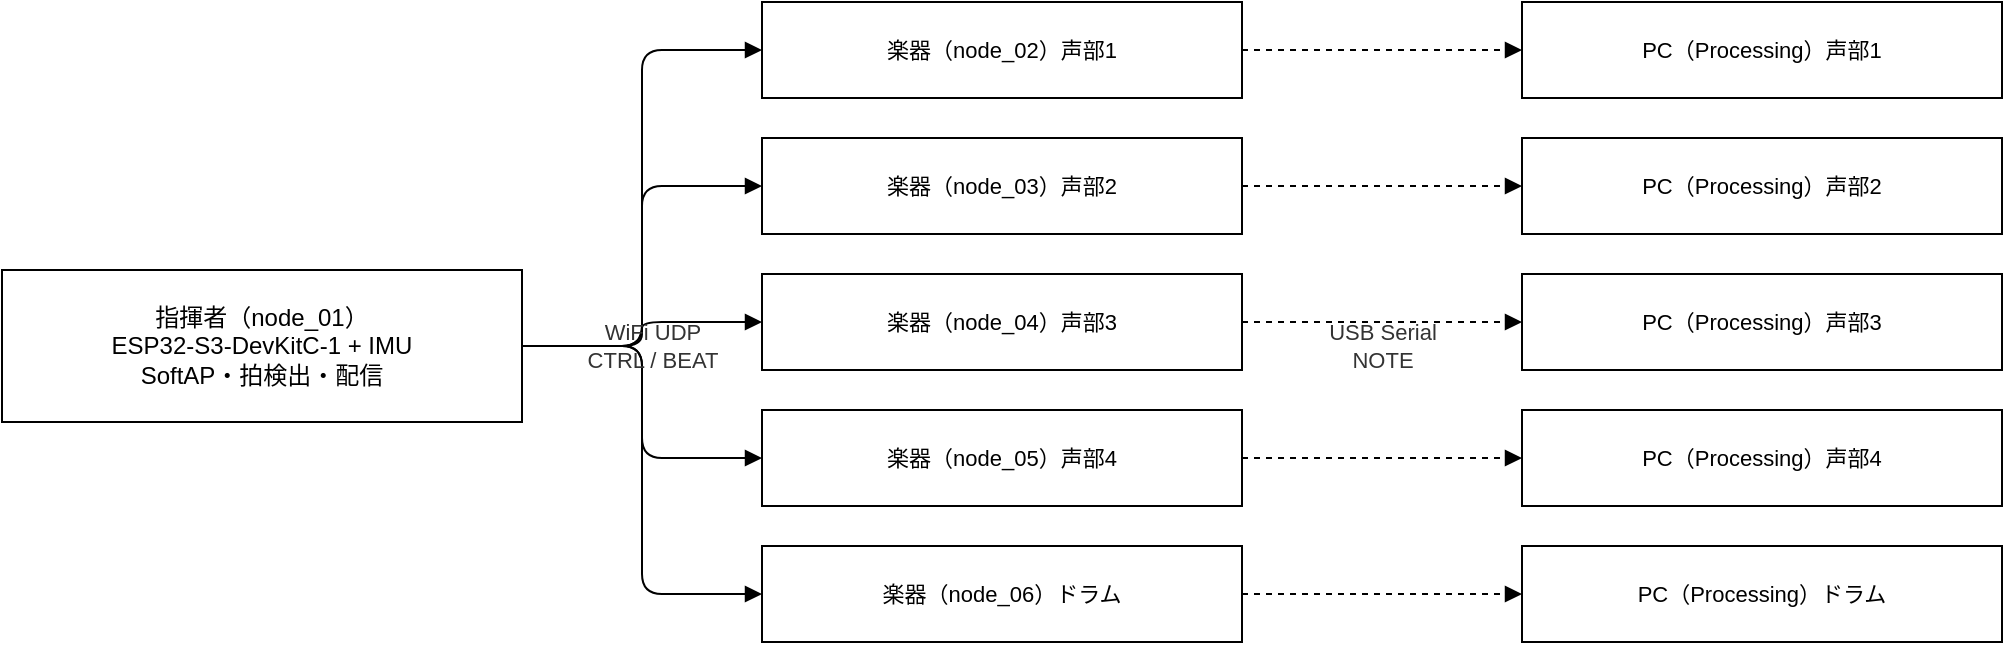
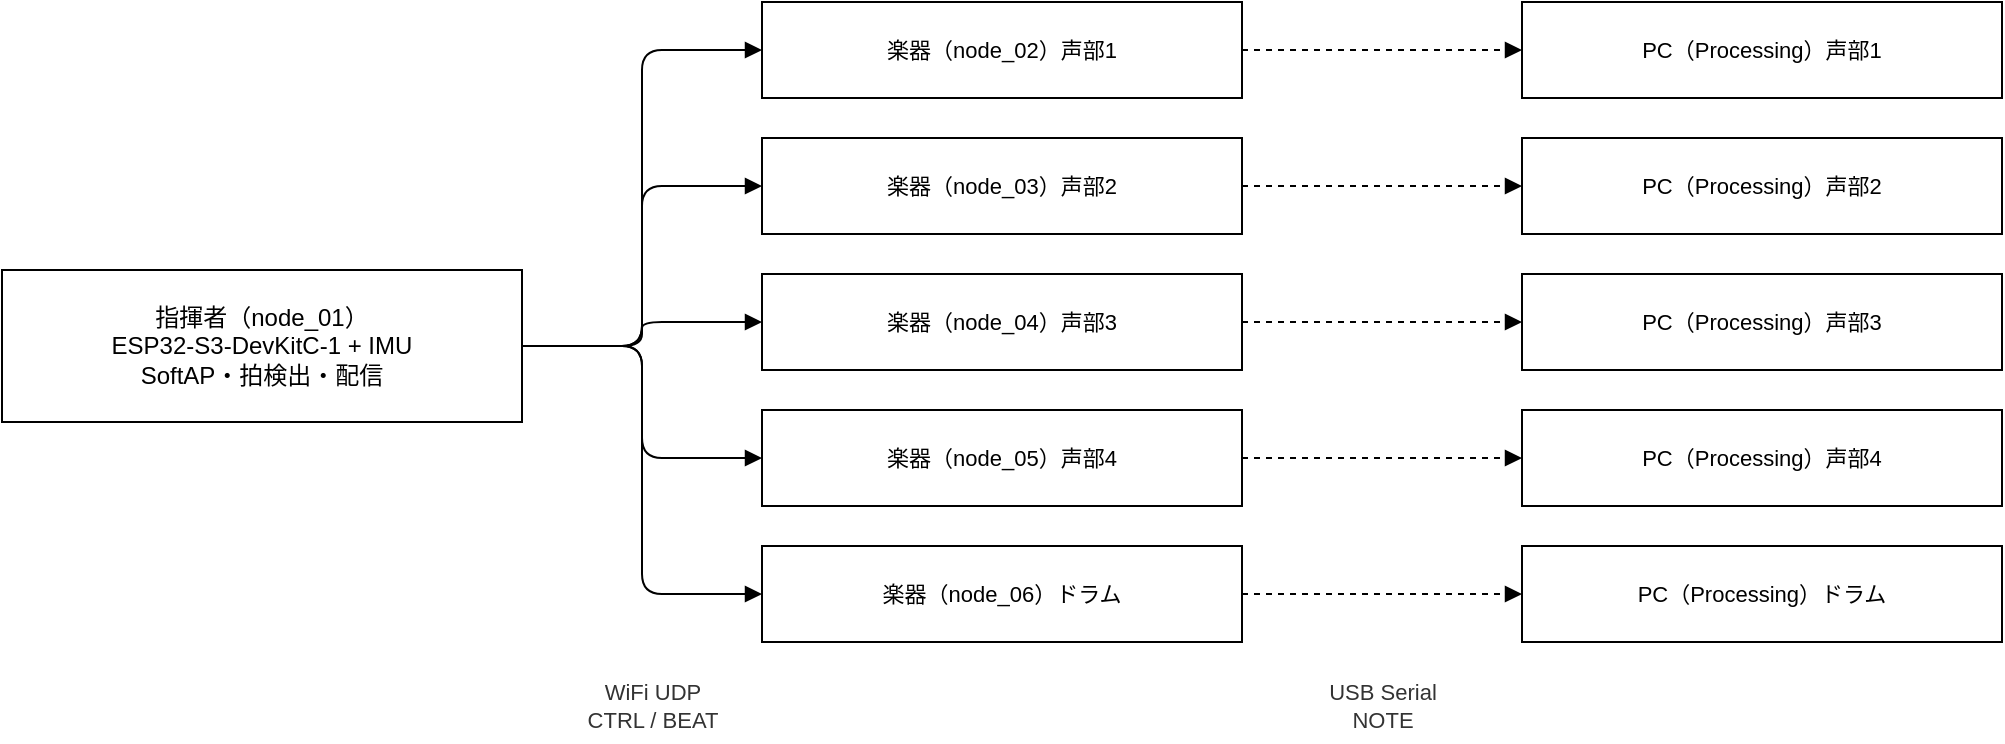
<mxfile host="Claude">
  <diagram id="system-overview" name="システム構成">
    <mxGraphModel dx="1120" dy="420" grid="0" gridSize="10" guides="1" tooltips="1" connect="1" arrows="1" fold="1" page="1" pageScale="1" pageWidth="1120" pageHeight="420" math="0" shadow="0">
      <root>
        <mxCell id="0"/>
        <mxCell id="1" parent="0"/>
        <mxCell id="r" value="指揮者（node_01）&lt;br&gt;ESP32-S3-DevKitC-1 + IMU&lt;br&gt;SoftAP・拍検出・配信" style="whiteSpace=wrap;html=1;fillColor=#FFFFFF;strokeColor=#000000;fontSize=12;verticalAlign=middle;" vertex="1" parent="1"><mxGeometry x="20" y="148" width="260" height="76" as="geometry"/></mxCell>
        <mxCell id="i2" value="楽器（node_02）声部1" style="whiteSpace=wrap;html=1;fillColor=#FFFFFF;strokeColor=#000000;fontSize=11;" vertex="1" parent="1"><mxGeometry x="400" y="14" width="240" height="48" as="geometry"/></mxCell>
        <mxCell id="i3" value="楽器（node_03）声部2" style="whiteSpace=wrap;html=1;fillColor=#FFFFFF;strokeColor=#000000;fontSize=11;" vertex="1" parent="1"><mxGeometry x="400" y="82" width="240" height="48" as="geometry"/></mxCell>
        <mxCell id="i4" value="楽器（node_04）声部3" style="whiteSpace=wrap;html=1;fillColor=#FFFFFF;strokeColor=#000000;fontSize=11;" vertex="1" parent="1"><mxGeometry x="400" y="150" width="240" height="48" as="geometry"/></mxCell>
        <mxCell id="i5" value="楽器（node_05）声部4" style="whiteSpace=wrap;html=1;fillColor=#FFFFFF;strokeColor=#000000;fontSize=11;" vertex="1" parent="1"><mxGeometry x="400" y="218" width="240" height="48" as="geometry"/></mxCell>
        <mxCell id="i6" value="楽器（node_06）ドラム" style="whiteSpace=wrap;html=1;fillColor=#FFFFFF;strokeColor=#000000;fontSize=11;" vertex="1" parent="1"><mxGeometry x="400" y="286" width="240" height="48" as="geometry"/></mxCell>
        <mxCell id="p2" value="PC（Processing）声部1" style="whiteSpace=wrap;html=1;fillColor=#FFFFFF;strokeColor=#000000;fontSize=11;" vertex="1" parent="1"><mxGeometry x="780" y="14" width="240" height="48" as="geometry"/></mxCell>
        <mxCell id="p3" value="PC（Processing）声部2" style="whiteSpace=wrap;html=1;fillColor=#FFFFFF;strokeColor=#000000;fontSize=11;" vertex="1" parent="1"><mxGeometry x="780" y="82" width="240" height="48" as="geometry"/></mxCell>
        <mxCell id="p4" value="PC（Processing）声部3" style="whiteSpace=wrap;html=1;fillColor=#FFFFFF;strokeColor=#000000;fontSize=11;" vertex="1" parent="1"><mxGeometry x="780" y="150" width="240" height="48" as="geometry"/></mxCell>
        <mxCell id="p5" value="PC（Processing）声部4" style="whiteSpace=wrap;html=1;fillColor=#FFFFFF;strokeColor=#000000;fontSize=11;" vertex="1" parent="1"><mxGeometry x="780" y="218" width="240" height="48" as="geometry"/></mxCell>
        <mxCell id="p6" value="PC（Processing）ドラム" style="whiteSpace=wrap;html=1;fillColor=#FFFFFF;strokeColor=#000000;fontSize=11;" vertex="1" parent="1"><mxGeometry x="780" y="286" width="240" height="48" as="geometry"/></mxCell>
        <mxCell id="ew2" style="edgeStyle=orthogonalEdgeStyle;html=1;endArrow=block;endFill=1;strokeColor=#000000;strokeWidth=1;exitX=1;exitY=0.5;entryX=0;entryY=0.5;" edge="1" parent="1" source="r" target="i2"><mxGeometry relative="1" as="geometry"/></mxCell>
        <mxCell id="ew3" style="edgeStyle=orthogonalEdgeStyle;html=1;endArrow=block;endFill=1;strokeColor=#000000;strokeWidth=1;exitX=1;exitY=0.5;entryX=0;entryY=0.5;" edge="1" parent="1" source="r" target="i3"><mxGeometry relative="1" as="geometry"/></mxCell>
        <mxCell id="ew4" style="edgeStyle=orthogonalEdgeStyle;html=1;endArrow=block;endFill=1;strokeColor=#000000;strokeWidth=1;exitX=1;exitY=0.5;entryX=0;entryY=0.5;" edge="1" parent="1" source="r" target="i4"><mxGeometry relative="1" as="geometry"/></mxCell>
        <mxCell id="ew5" style="edgeStyle=orthogonalEdgeStyle;html=1;endArrow=block;endFill=1;strokeColor=#000000;strokeWidth=1;exitX=1;exitY=0.5;entryX=0;entryY=0.5;" edge="1" parent="1" source="r" target="i5"><mxGeometry relative="1" as="geometry"/></mxCell>
        <mxCell id="ew6" style="edgeStyle=orthogonalEdgeStyle;html=1;endArrow=block;endFill=1;strokeColor=#000000;strokeWidth=1;exitX=1;exitY=0.5;entryX=0;entryY=0.5;" edge="1" parent="1" source="r" target="i6"><mxGeometry relative="1" as="geometry"/></mxCell>
        <mxCell id="eu2" style="edgeStyle=orthogonalEdgeStyle;html=1;endArrow=block;endFill=1;dashed=1;strokeColor=#000000;strokeWidth=1;exitX=1;exitY=0.5;entryX=0;entryY=0.5;" edge="1" parent="1" source="i2" target="p2"><mxGeometry relative="1" as="geometry"/></mxCell>
        <mxCell id="eu3" style="edgeStyle=orthogonalEdgeStyle;html=1;endArrow=block;endFill=1;dashed=1;strokeColor=#000000;strokeWidth=1;exitX=1;exitY=0.5;entryX=0;entryY=0.5;" edge="1" parent="1" source="i3" target="p3"><mxGeometry relative="1" as="geometry"/></mxCell>
        <mxCell id="eu4" style="edgeStyle=orthogonalEdgeStyle;html=1;endArrow=block;endFill=1;dashed=1;strokeColor=#000000;strokeWidth=1;exitX=1;exitY=0.5;entryX=0;entryY=0.5;" edge="1" parent="1" source="i4" target="p4"><mxGeometry relative="1" as="geometry"/></mxCell>
        <mxCell id="eu5" style="edgeStyle=orthogonalEdgeStyle;html=1;endArrow=block;endFill=1;dashed=1;strokeColor=#000000;strokeWidth=1;exitX=1;exitY=0.5;entryX=0;entryY=0.5;" edge="1" parent="1" source="i5" target="p5"><mxGeometry relative="1" as="geometry"/></mxCell>
        <mxCell id="eu6" style="edgeStyle=orthogonalEdgeStyle;html=1;endArrow=block;endFill=1;dashed=1;strokeColor=#000000;strokeWidth=1;exitX=1;exitY=0.5;entryX=0;entryY=0.5;" edge="1" parent="1" source="i6" target="p6"><mxGeometry relative="1" as="geometry"/></mxCell>
-         <mxCell id="lw" value="WiFi UDP&lt;br&gt;CTRL / BEAT" style="text;html=1;align=center;verticalAlign=middle;fontSize=11;fontColor=#333333;" vertex="1" parent="1"><mxGeometry x="300" y="168" width="90" height="36" as="geometry"/></mxCell>
-         <mxCell id="lu" value="USB Serial&lt;br&gt;NOTE" style="text;html=1;align=center;verticalAlign=middle;fontSize=11;fontColor=#333333;" vertex="1" parent="1"><mxGeometry x="665" y="168" width="90" height="36" as="geometry"/></mxCell>
+         <mxCell id="lw" value="WiFi UDP&lt;br&gt;CTRL / BEAT" style="text;html=1;align=center;verticalAlign=middle;fontSize=11;fontColor=#333333;" vertex="1" parent="1"><mxGeometry x="300" y="348" width="90" height="36" as="geometry"/></mxCell>
+         <mxCell id="lu" value="USB Serial&lt;br&gt;NOTE" style="text;html=1;align=center;verticalAlign=middle;fontSize=11;fontColor=#333333;" vertex="1" parent="1"><mxGeometry x="665" y="348" width="90" height="36" as="geometry"/></mxCell>
      </root>
    </mxGraphModel>
  </diagram>
</mxfile>
